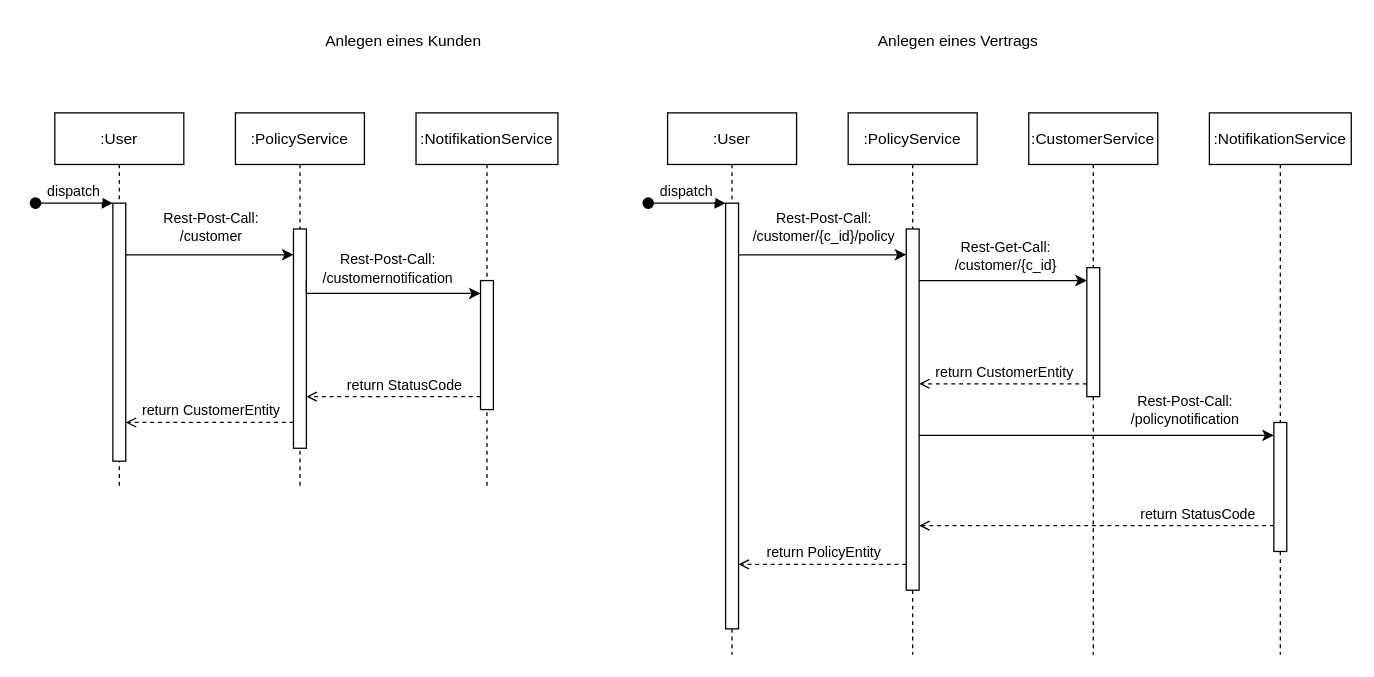
danieland2606/Bachelorprojekt keeps this draw.io diagram as RDA/RDA-Sequenzdiagramm.drawio. Above is the earlier version. Source tidied: cells renumbered, new cells numbered last; positions are measured from the earlier drawing's top-left corner, leaving out a move shared by most shapes. Both pictures are drawn from the tidied source at 129%, with x=0, y=0 at pixel (35, 22).
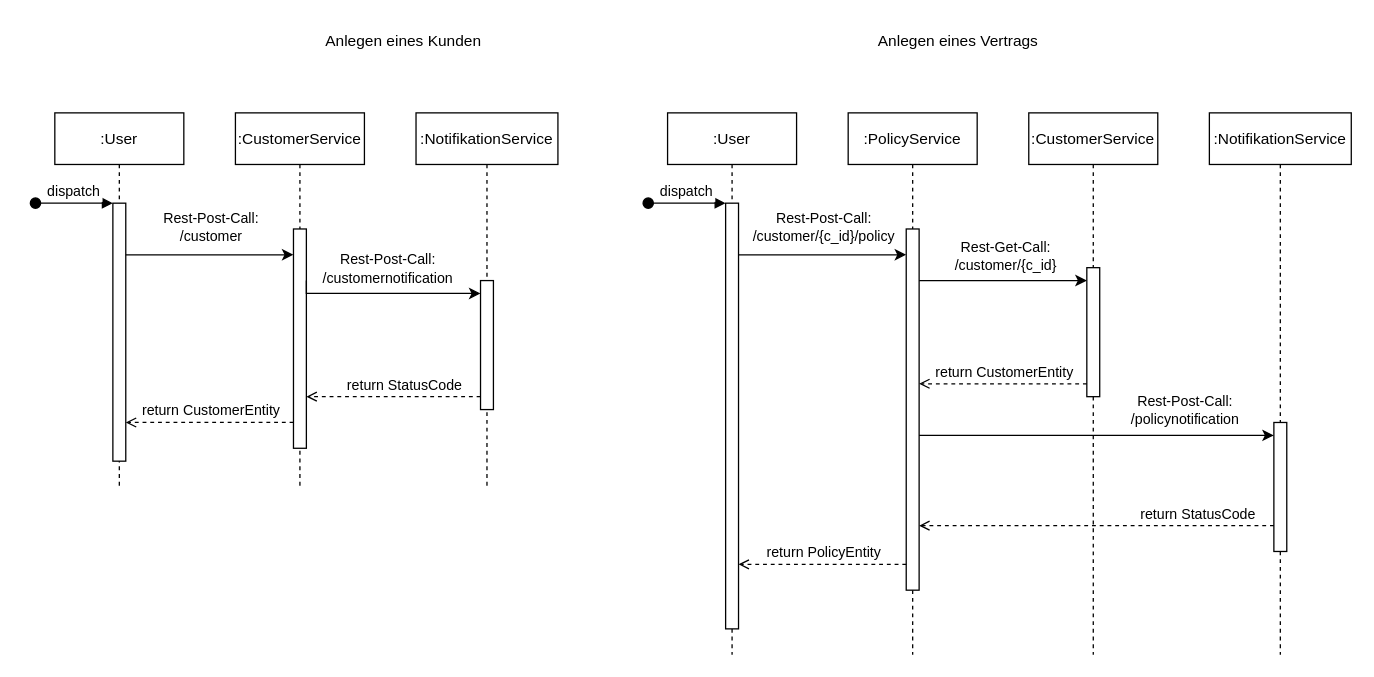
The same diagram, later.

Commit message (it also covers changes not shown here):
Sequenzdiagramm angepasst

Diff of the diagram source:
```diff
@@
-    <mxCell id="5" value=":PolicyService" style="shape=umlLifeline;perimeter=lifelinePerimeter;rounded=0;shadow=0;strokeWidth=1;" parent="1" vertex="1">
+    <mxCell id="5" value=":CustomerService" style="shape=umlLifeline;perimeter=lifelinePerimeter;rounded=0;shadow=0;strokeWidth=1;" parent="1" vertex="1">
       <mxGeometry x="155" y="70" width="100" height="290" as="geometry" />
     </mxCell>
```
